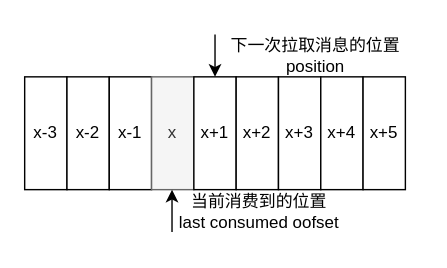
josek43326/draw.io keeps this draw.io diagram as page "offset" (9 of 10) of kafka/kafka.drawio. Above is the earlier version. Source tidied: cells renumbered, new cells numbered last; positions are measured from the earlier drawing's top-left corner, leaving out a move shared by most shapes. Both pictures are drawn from the tidied source at 141%, with x=0, y=0 at pixel (24, 34).
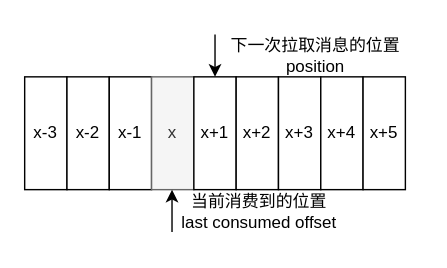
After the change.

The edit, as a diff of the source:
```diff
@@
 <mxGraphModel>
   <root>
     <mxCell id="0" />
     <mxCell id="1" parent="0" />
     <mxCell id="2" value="x-3" style="rounded=0;whiteSpace=wrap;html=1;" parent="1" vertex="1">
       <mxGeometry y="30" width="30" height="80" as="geometry" />
     </mxCell>
     <mxCell id="3" value="x-2" style="rounded=0;whiteSpace=wrap;html=1;" parent="1" vertex="1">
       <mxGeometry x="30" y="30" width="30" height="80" as="geometry" />
     </mxCell>
     <mxCell id="4" value="x-1" style="rounded=0;whiteSpace=wrap;html=1;" parent="1" vertex="1">
       <mxGeometry x="60" y="30" width="30" height="80" as="geometry" />
     </mxCell>
     <mxCell id="5" value="x" style="rounded=0;whiteSpace=wrap;html=1;fillColor=#f5f5f5;fontColor=#333333;strokeColor=#666666;" parent="1" vertex="1">
       <mxGeometry x="90" y="30" width="30" height="80" as="geometry" />
     </mxCell>
     <mxCell id="6" value="x+1" style="rounded=0;whiteSpace=wrap;html=1;" parent="1" vertex="1">
       <mxGeometry x="120" y="30" width="30" height="80" as="geometry" />
     </mxCell>
     <mxCell id="7" value="x+2" style="rounded=0;whiteSpace=wrap;html=1;" parent="1" vertex="1">
       <mxGeometry x="150" y="30" width="30" height="80" as="geometry" />
     </mxCell>
     <mxCell id="8" value="x+3" style="rounded=0;whiteSpace=wrap;html=1;" parent="1" vertex="1">
       <mxGeometry x="180" y="30" width="30" height="80" as="geometry" />
     </mxCell>
     <mxCell id="9" value="x+4" style="rounded=0;whiteSpace=wrap;html=1;" parent="1" vertex="1">
       <mxGeometry x="210" y="30" width="30" height="80" as="geometry" />
     </mxCell>
     <mxCell id="10" value="x+5" style="rounded=0;whiteSpace=wrap;html=1;" parent="1" vertex="1">
       <mxGeometry x="240" y="30" width="30" height="80" as="geometry" />
     </mxCell>
     <mxCell id="11" style="endArrow=classic;html=1;rounded=0;" parent="1" edge="1">
       <mxGeometry relative="1" as="geometry">
         <mxPoint x="104.5" y="140" as="sourcePoint" />
         <mxPoint x="104.5" y="110" as="targetPoint" />
       </mxGeometry>
     </mxCell>
-    <mxCell id="12" value="当前消费到的位置&lt;br&gt;last consumed oofset" style="text;html=1;strokeColor=none;fillColor=none;align=center;verticalAlign=middle;whiteSpace=wrap;rounded=0;" parent="1" vertex="1">
+    <mxCell id="12" value="当前消费到的位置&lt;br&gt;last consumed offset" style="text;html=1;strokeColor=none;fillColor=none;align=center;verticalAlign=middle;whiteSpace=wrap;rounded=0;" parent="1" vertex="1">
       <mxGeometry x="90" y="111" width="152.5" height="30" as="geometry" />
     </mxCell>
     <mxCell id="13" style="endArrow=classic;html=1;rounded=0;entryX=0.5;entryY=0;entryDx=0;entryDy=0;" parent="1" edge="1" target="6">
       <mxGeometry relative="1" as="geometry">
         <mxPoint x="135" as="sourcePoint" />
       </mxGeometry>
     </mxCell>
     <mxCell id="14" value="下一次拉取消息的位置&lt;br&gt;position" style="text;html=1;strokeColor=none;fillColor=none;align=center;verticalAlign=middle;whiteSpace=wrap;rounded=0;" parent="1" vertex="1">
       <mxGeometry x="130" width="152.5" height="30" as="geometry" />
     </mxCell>
   </root>
 </mxGraphModel>
```
